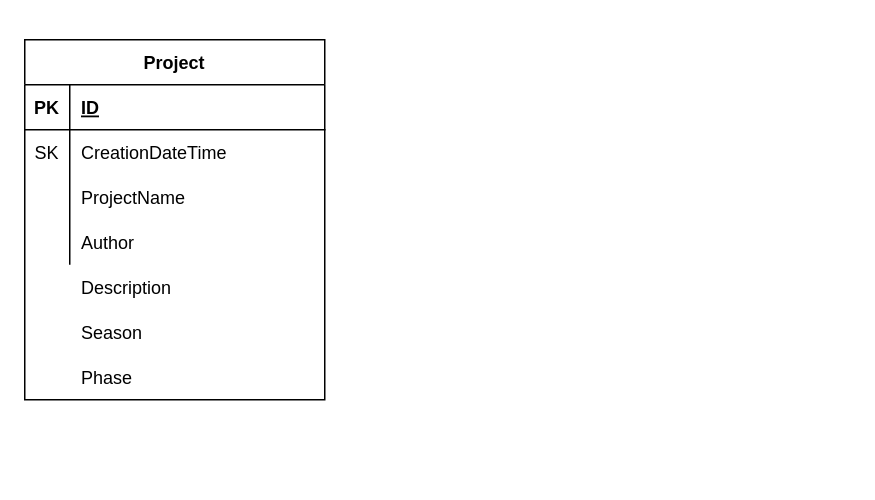
This is page "Data Model" (4 of 4) of .drawio/4d-adidas.drawio from jolo-dev/cdk-restapi-stack, a draw.io file, before an edit. Source tidied: cells renumbered, new cells numbered last; positions are measured from the earlier drawing's top-left corner, leaving out a move shared by most shapes. Both pictures are drawn from the tidied source at 150%, with x=0, y=0 at pixel (24, 39).
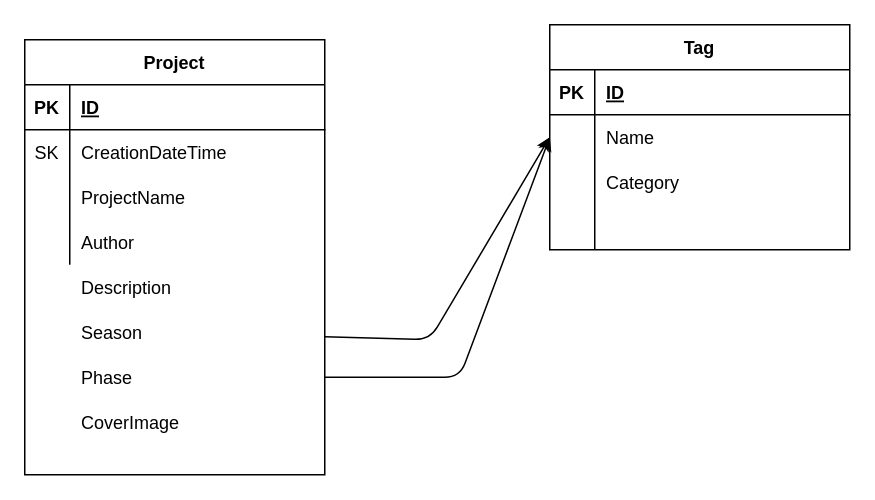
Above is the later version.

The change refers to these unchanged cells:
```xml
<mxCell id="18" style="shape=partialRectangle;fillColor=none;top=0;left=0;bottom=0;right=0;points=[[0,0.5],[1,0.5]];portConstraint=eastwest;" parent="1" vertex="1">
  <mxGeometry y="180" width="200" height="30" as="geometry" />
</mxCell>
<mxCell id="21" style="shape=partialRectangle;fillColor=none;top=0;left=0;bottom=0;right=0;points=[[0,0.5],[1,0.5]];portConstraint=eastwest;" parent="1" vertex="1">
  <mxGeometry y="210" width="200" height="30" as="geometry" />
</mxCell>
```

Diff of the diagram source:
```diff
@@
     <mxCell id="2" value="Project" style="shape=table;startSize=30;childLayout=tableLayout;rowLines=0;fontStyle=1;align=center;" parent="1" vertex="1">
-      <mxGeometry width="200" height="240" as="geometry" />
+      <mxGeometry width="200" height="290" as="geometry" />
     </mxCell>
@@
+    <mxCell id="24" style="edgeStyle=none;html=1;entryX=0;entryY=0.5;entryDx=0;entryDy=0;" parent="1" edge="1" source="18" target="31">
+      <mxGeometry relative="1" as="geometry">
+        <Array as="points">
+          <mxPoint x="270" y="200" />
+        </Array>
+      </mxGeometry>
+    </mxCell>
@@
-    <mxCell id="19" style="shape=partialRectangle;fillColor=none;top=0;left=0;bottom=0;right=0;overflow=hidden;" parent="18" vertex="1">
-      <mxGeometry width="30" height="30" as="geometry" />
-    </mxCell>
@@
+    <mxCell id="25" style="edgeStyle=none;html=1;entryX=0;entryY=0.5;entryDx=0;entryDy=0;" parent="1" edge="1" source="21" target="31">
+      <mxGeometry relative="1" as="geometry">
+        <Array as="points">
+          <mxPoint x="290" y="225" />
+        </Array>
+      </mxGeometry>
+    </mxCell>
@@
-    <mxCell id="22" style="shape=partialRectangle;fillColor=none;top=0;left=0;bottom=0;right=0;overflow=hidden;" parent="21" vertex="1">
-      <mxGeometry width="30" height="30" as="geometry" />
-    </mxCell>
@@
+    <mxCell id="26" style="group;" parent="1" vertex="1">
+      <mxGeometry x="350" y="-10" width="200" height="150" as="geometry" />
+    </mxCell>
+    <mxCell id="27" value="Tag" style="shape=table;startSize=30;childLayout=tableLayout;rowLines=0;fontStyle=1;align=center;" parent="26" vertex="1">
+      <mxGeometry width="200" height="150" as="geometry" />
+    </mxCell>
+    <mxCell id="28" style="shape=partialRectangle;fillColor=none;top=0;left=0;bottom=1;right=0;" parent="27" vertex="1">
+      <mxGeometry y="30" width="200" height="30" as="geometry" />
+    </mxCell>
+    <mxCell id="29" value="PK" style="shape=partialRectangle;fillColor=none;top=0;left=0;bottom=0;right=0;fontStyle=1;overflow=hidden;" parent="28" vertex="1">
+      <mxGeometry width="30" height="30" as="geometry" />
+    </mxCell>
+    <mxCell id="30" value="ID" style="shape=partialRectangle;fillColor=none;top=0;left=0;bottom=0;right=0;align=left;spacingLeft=6;fontStyle=5;overflow=hidden;" parent="28" vertex="1">
+      <mxGeometry x="30" width="170" height="30" as="geometry" />
+    </mxCell>
+    <mxCell id="31" style="shape=partialRectangle;fillColor=none;top=0;left=0;bottom=0;right=0;points=[[0,0.5],[1,0.5]];portConstraint=eastwest;" parent="27" vertex="1">
+      <mxGeometry y="60" width="200" height="30" as="geometry" />
+    </mxCell>
+    <mxCell id="32" style="shape=partialRectangle;fillColor=none;top=0;left=0;bottom=0;right=0;overflow=hidden;" parent="31" vertex="1">
+      <mxGeometry width="30" height="30" as="geometry" />
+    </mxCell>
+    <mxCell id="33" value="Name" style="shape=partialRectangle;fillColor=none;top=0;left=0;bottom=0;right=0;align=left;spacingLeft=6;overflow=hidden;" parent="31" vertex="1">
+      <mxGeometry x="30" width="170" height="30" as="geometry" />
+    </mxCell>
+    <mxCell id="34" style="shape=partialRectangle;fillColor=none;top=0;left=0;bottom=0;right=0;" parent="27" vertex="1">
+      <mxGeometry y="90" width="200" height="30" as="geometry" />
+    </mxCell>
+    <mxCell id="35" style="shape=partialRectangle;fillColor=none;top=0;left=0;bottom=0;right=0;overflow=hidden;" parent="34" vertex="1">
+      <mxGeometry width="30" height="30" as="geometry" />
+    </mxCell>
+    <mxCell id="36" style="shape=partialRectangle;fillColor=none;top=0;left=0;bottom=0;right=0;align=left;spacingLeft=6;overflow=hidden;" parent="34" vertex="1">
+      <mxGeometry x="30" width="170" height="30" as="geometry" />
+    </mxCell>
+    <mxCell id="37" style="shape=partialRectangle;fillColor=none;top=0;left=0;bottom=0;right=0;" parent="27" vertex="1">
+      <mxGeometry y="120" width="200" height="30" as="geometry" />
+    </mxCell>
+    <mxCell id="38" style="shape=partialRectangle;fillColor=none;top=0;left=0;bottom=0;right=0;overflow=hidden;" parent="37" vertex="1">
+      <mxGeometry width="30" height="30" as="geometry" />
+    </mxCell>
+    <mxCell id="39" style="shape=partialRectangle;fillColor=none;top=0;left=0;bottom=0;right=0;align=left;spacingLeft=6;overflow=hidden;" parent="37" vertex="1">
+      <mxGeometry x="30" width="170" height="30" as="geometry" />
+    </mxCell>
+    <mxCell id="40" value="Category" style="shape=partialRectangle;fillColor=none;top=0;left=0;bottom=0;right=0;align=left;spacingLeft=6;overflow=hidden;" parent="26" vertex="1">
+      <mxGeometry x="30" y="90" width="170" height="30" as="geometry" />
+    </mxCell>
+    <mxCell id="41" style="shape=partialRectangle;fillColor=none;top=0;left=0;bottom=0;right=0;" parent="1" vertex="1">
+      <mxGeometry y="240" width="200" height="30" as="geometry" />
+    </mxCell>
+    <mxCell id="42" value="CoverImage" style="shape=partialRectangle;fillColor=none;top=0;left=0;bottom=0;right=0;align=left;spacingLeft=6;overflow=hidden;" parent="41" vertex="1">
+      <mxGeometry x="30" width="170" height="30" as="geometry" />
+    </mxCell>
```
